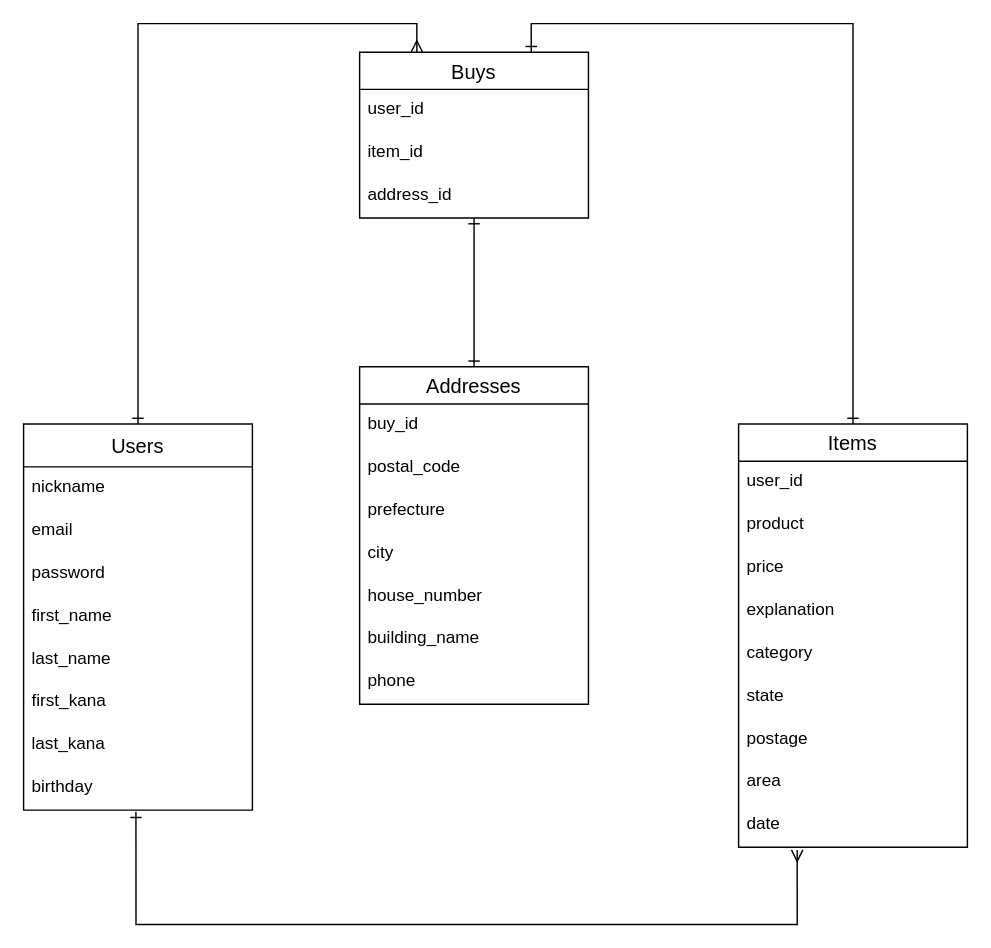
Above: furima.dio in shotakawasaki0806/furima-33505 (draw.io), before the change. Source tidied: cells renumbered, new cells numbered last; positions are measured from the earlier drawing's top-left corner, leaving out a move shared by most shapes. Both pictures are drawn from the tidied source at 143%, with x=0, y=0 at pixel (23, 51).
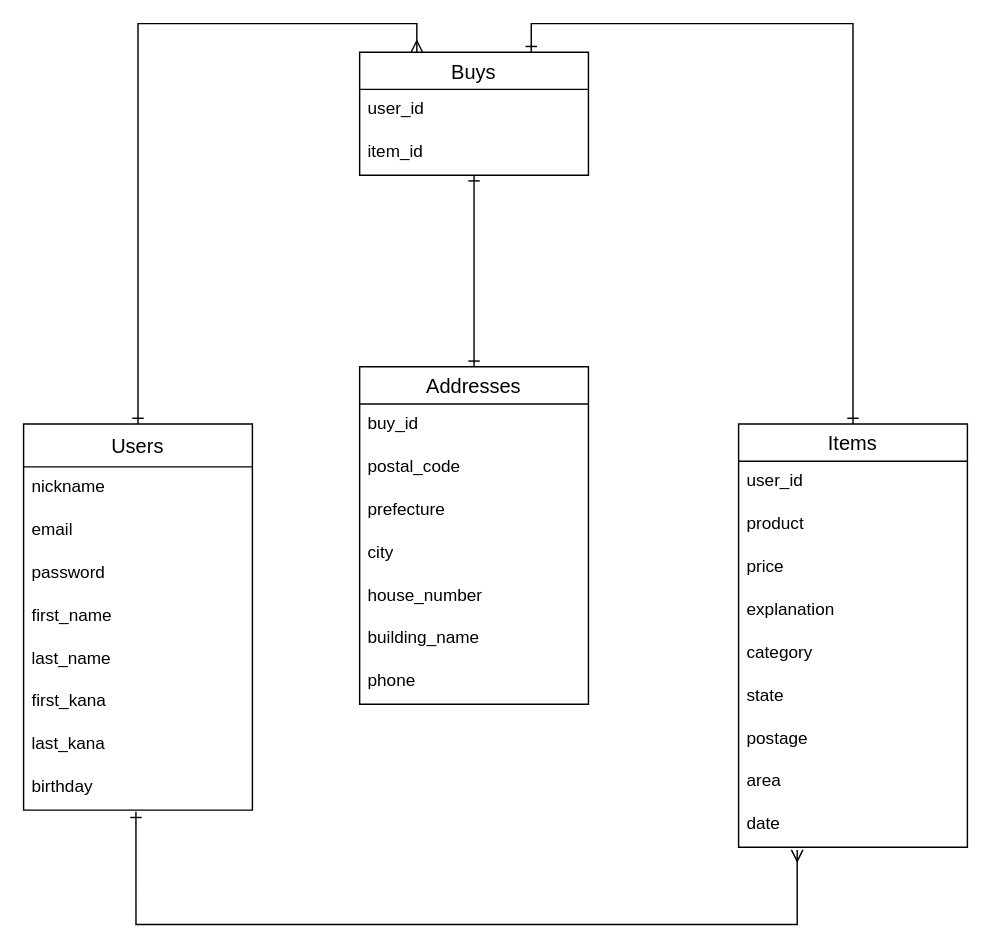
After the change.

Change to the diagram source:
```diff
@@
     <mxCell id="24" value="Buys" style="swimlane;fontStyle=0;horizontal=1;startSize=26;align=center;fontSize=14;" parent="1" vertex="1">
-      <mxGeometry x="235" width="160" height="116" as="geometry" />
+      <mxGeometry x="235" width="160" height="86" as="geometry" />
     </mxCell>
@@
-    <mxCell id="27" value="address_id" style="text;strokeColor=none;fillColor=none;spacingLeft=4;spacingRight=4;overflow=hidden;fontSize=12;" parent="24" vertex="1">
-      <mxGeometry y="86" width="160" height="30" as="geometry" />
-    </mxCell>
```
